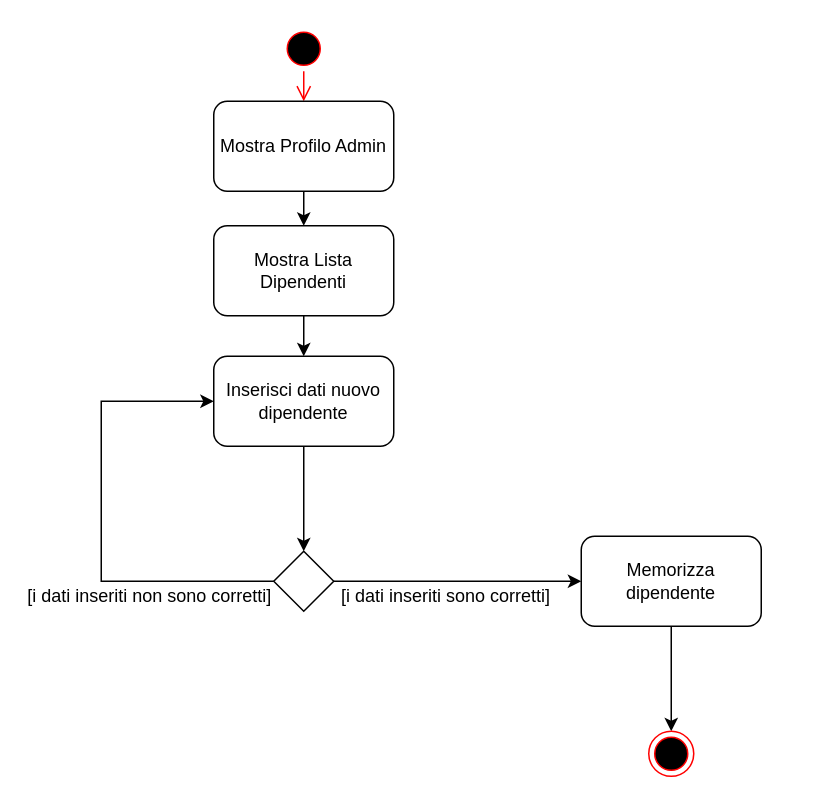
Earlier version of the draw.io diagram Diagrammi_delle_attivita/Modificabili/diagramma_attivita_inserisci_dipendente.drawio (fd-col/ProgettoIngegneriaDelSoftware). Source tidied: cells renumbered, new cells numbered last; positions are measured from the earlier drawing's top-left corner, leaving out a move shared by most shapes. Both pictures are drawn from the tidied source at 150%, with x=0, y=0 at pixel (26, 26).
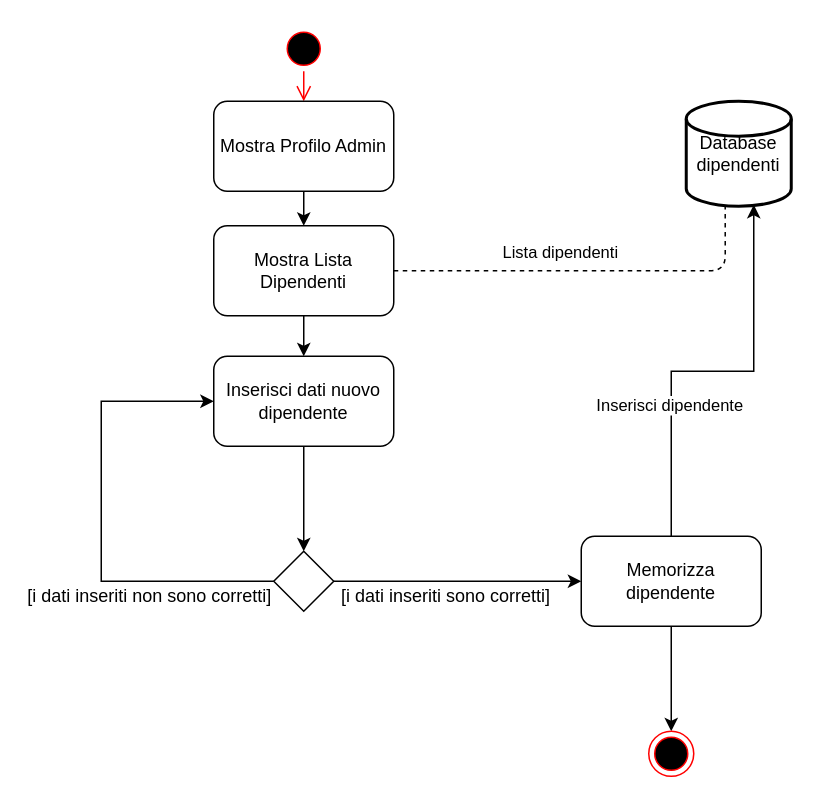
Above is the later version.

Unchanged cells that the change refers to:
```xml
<mxCell id="7" value="Mostra Lista Dipendenti" style="rounded=1;whiteSpace=wrap;html=1;" parent="1" vertex="1">
  <mxGeometry x="125" y="133" width="120" height="60" as="geometry" />
</mxCell>
<mxCell id="15" value="Memorizza dipendente" style="rounded=1;whiteSpace=wrap;html=1;" parent="1" vertex="1">
  <mxGeometry x="370" y="340" width="120" height="60" as="geometry" />
</mxCell>
```

Change to the diagram source:
```diff
@@
+    <mxCell id="18" style="edgeStyle=orthogonalEdgeStyle;rounded=0;jettySize=auto;html=1;entryX=0.643;entryY=0.986;entryDx=0;entryDy=0;entryPerimeter=0;" parent="1" edge="1" source="15" target="20">
+      <mxGeometry relative="1" as="geometry" />
+    </mxCell>
+    <mxCell id="19" value="Inserisci dipendente" style="edgeLabel;html=1;align=center;verticalAlign=middle;" parent="18" vertex="1">
+      <mxGeometry x="-0.36" y="2" relative="1" as="geometry" />
+    </mxCell>
@@
+    <mxCell id="20" value="Database&lt;br&gt;dipendenti" style="strokeWidth=2;html=1;shape=mxgraph.flowchart.database;whiteSpace=wrap;" parent="1" vertex="1">
+      <mxGeometry x="440" y="50" width="70" height="70" as="geometry" />
+    </mxCell>
+    <mxCell id="21" style="endArrow=none;dashed=1;html=1;entryX=0.371;entryY=0.971;entryDx=0;entryDy=0;entryPerimeter=0;exitX=1;exitY=0.5;exitDx=0;exitDy=0;" parent="1" edge="1" source="7" target="20">
+      <mxGeometry relative="1" as="geometry">
+        <Array as="points">
+          <mxPoint x="466" y="163" />
+        </Array>
+      </mxGeometry>
+    </mxCell>
+    <mxCell id="22" value="Lista dipendenti" style="edgeLabel;html=1;align=center;verticalAlign=middle;" parent="21" vertex="1">
+      <mxGeometry x="-0.02" relative="1" as="geometry">
+        <mxPoint x="-20" y="-13" as="offset" />
+      </mxGeometry>
+    </mxCell>
```
